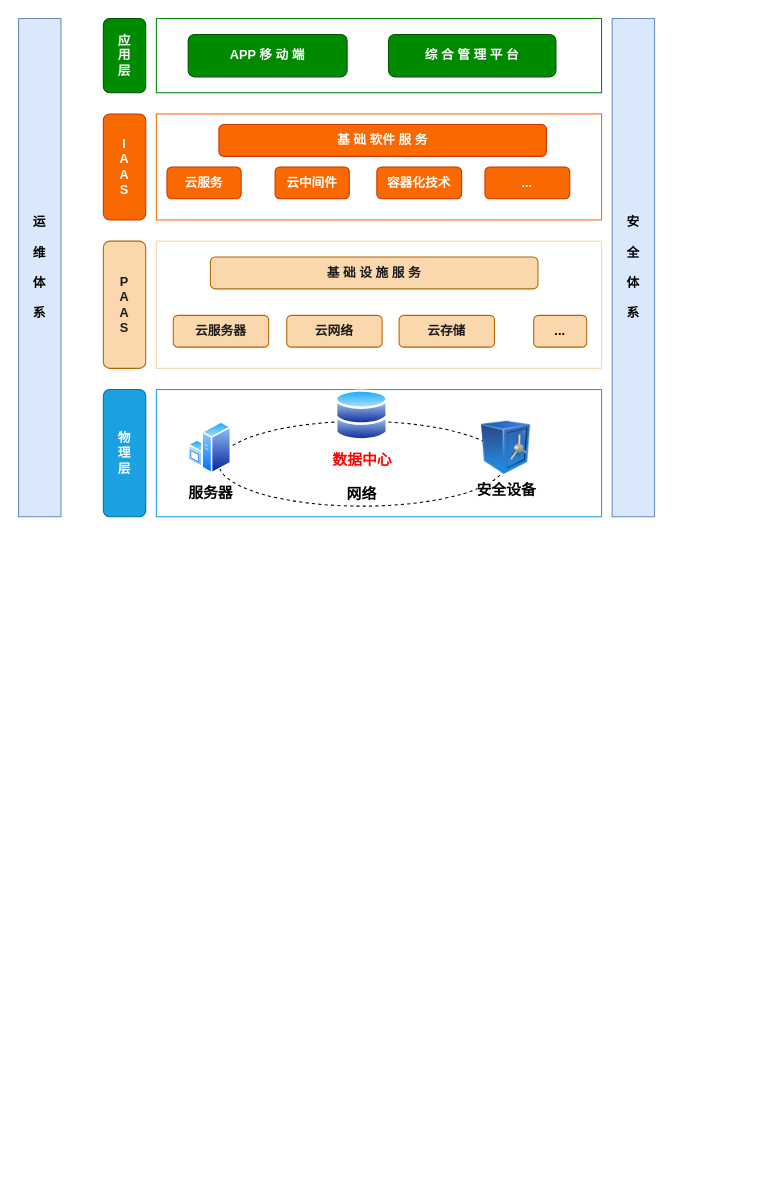
The draw.io diagram yun-chain.drawio in yiuked/diagram, before the edit. Source tidied: cells renumbered, new cells numbered last; positions are measured from the earlier drawing's top-left corner, leaving out a move shared by most shapes. Both pictures are drawn from the tidied source at 106%, with x=0, y=0 at pixel (18, 18).
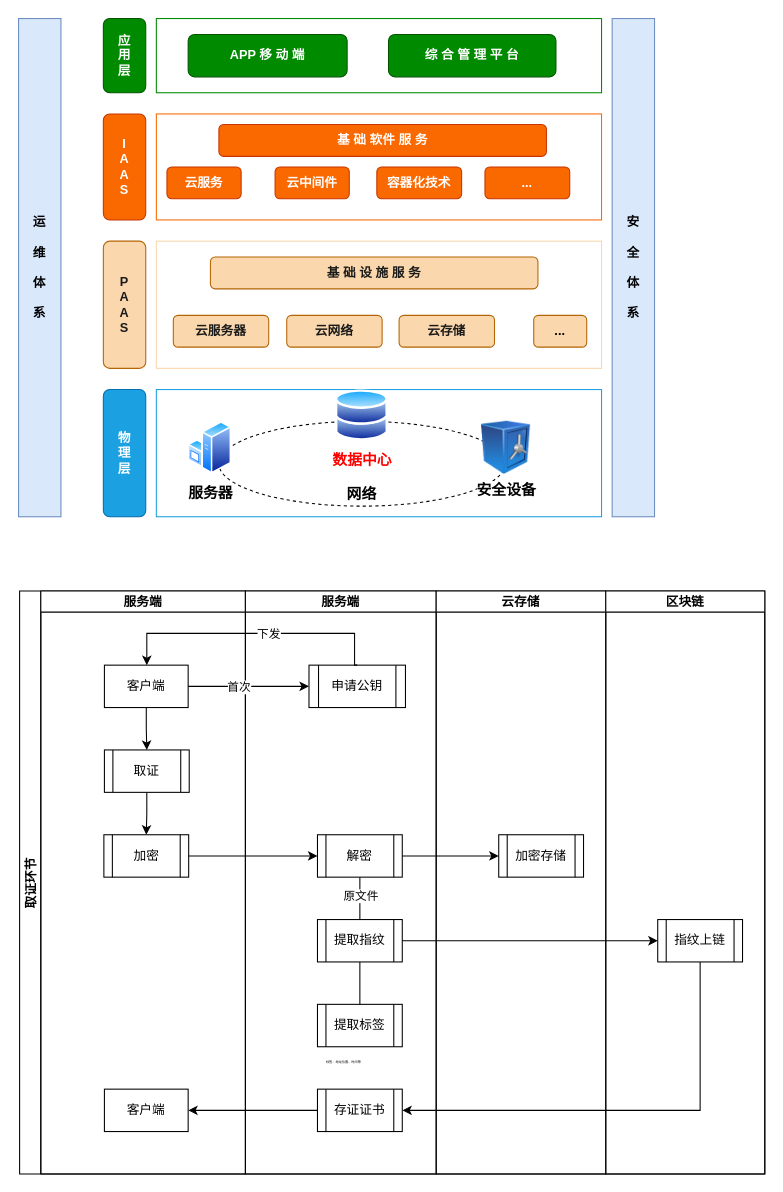
The same diagram, later.

Diff of the diagram source:
```diff
@@
+    <mxCell id="28" value="取证环节" style="swimlane;startSize=20;horizontal=0;" parent="1" vertex="1">
+      <mxGeometry x="1" y="540" width="703" height="550" as="geometry" />
+    </mxCell>
+    <mxCell id="29" value="服务端" style="swimlane;startSize=20;" parent="28" vertex="1">
+      <mxGeometry x="20" width="193" height="550" as="geometry" />
+    </mxCell>
+    <mxCell id="30" style="edgeStyle=orthogonalEdgeStyle;rounded=0;jettySize=auto;html=1;exitX=0.5;exitY=1;exitDx=0;exitDy=0;entryX=0.5;entryY=0;entryDx=0;entryDy=0;" parent="29" edge="1" source="31" target="33">
+      <mxGeometry relative="1" as="geometry" />
+    </mxCell>
+    <mxCell id="31" value="客户端" style="rounded=0;whiteSpace=wrap;html=1;" parent="29" vertex="1">
+      <mxGeometry x="60" y="70" width="79" height="40" as="geometry" />
+    </mxCell>
+    <mxCell id="32" style="edgeStyle=orthogonalEdgeStyle;rounded=0;jettySize=auto;html=1;exitX=0.5;exitY=1;exitDx=0;exitDy=0;" parent="29" edge="1" source="33" target="34">
+      <mxGeometry relative="1" as="geometry" />
+    </mxCell>
+    <mxCell id="33" value="取证" style="shape=process;whiteSpace=wrap;html=1;backgroundOutline=1;" parent="29" vertex="1">
+      <mxGeometry x="60" y="150" width="80" height="40" as="geometry" />
+    </mxCell>
+    <mxCell id="34" value="加密" style="shape=process;whiteSpace=wrap;html=1;backgroundOutline=1;" parent="29" vertex="1">
+      <mxGeometry x="59.5" y="230" width="80" height="40" as="geometry" />
+    </mxCell>
+    <mxCell id="35" value="客户端" style="rounded=0;whiteSpace=wrap;html=1;" parent="29" vertex="1">
+      <mxGeometry x="60" y="470" width="79" height="40" as="geometry" />
+    </mxCell>
+    <mxCell id="36" value="服务端" style="swimlane;startSize=20;" parent="28" vertex="1">
+      <mxGeometry x="213" width="180" height="550" as="geometry" />
+    </mxCell>
+    <mxCell id="37" value="申请公钥" style="shape=process;whiteSpace=wrap;html=1;backgroundOutline=1;" parent="36" vertex="1">
+      <mxGeometry x="60" y="70" width="91" height="40" as="geometry" />
+    </mxCell>
+    <mxCell id="38" style="edgeStyle=orthogonalEdgeStyle;rounded=0;jettySize=auto;html=1;exitX=0.5;exitY=1;exitDx=0;exitDy=0;entryX=0.5;entryY=0;entryDx=0;entryDy=0;endArrow=none;endFill=0;" parent="36" edge="1" source="40" target="42">
+      <mxGeometry relative="1" as="geometry" />
+    </mxCell>
+    <mxCell id="39" value="原文件" style="edgeLabel;html=1;align=center;verticalAlign=middle;" parent="38" vertex="1">
+      <mxGeometry x="-0.16" relative="1" as="geometry" />
+    </mxCell>
+    <mxCell id="40" value="解密" style="shape=process;whiteSpace=wrap;html=1;backgroundOutline=1;" parent="36" vertex="1">
+      <mxGeometry x="68" y="230" width="80" height="40" as="geometry" />
+    </mxCell>
+    <mxCell id="41" style="edgeStyle=orthogonalEdgeStyle;rounded=0;jettySize=auto;html=1;exitX=0.5;exitY=1;exitDx=0;exitDy=0;endArrow=none;endFill=0;" parent="36" edge="1" source="42" target="43">
+      <mxGeometry relative="1" as="geometry" />
+    </mxCell>
+    <mxCell id="42" value="提取指纹" style="shape=process;whiteSpace=wrap;html=1;backgroundOutline=1;" parent="36" vertex="1">
+      <mxGeometry x="68" y="310" width="80" height="40" as="geometry" />
+    </mxCell>
+    <mxCell id="43" value="提取标签" style="shape=process;whiteSpace=wrap;html=1;backgroundOutline=1;" parent="36" vertex="1">
+      <mxGeometry x="68" y="390" width="80" height="40" as="geometry" />
+    </mxCell>
+    <mxCell id="44" value="存证证书" style="shape=process;whiteSpace=wrap;html=1;backgroundOutline=1;" parent="36" vertex="1">
+      <mxGeometry x="68" y="470" width="80" height="40" as="geometry" />
+    </mxCell>
+    <mxCell id="45" value="标签：地址位置、时间等" style="text;html=1;strokeColor=none;fillColor=none;align=center;verticalAlign=middle;whiteSpace=wrap;rounded=0;fontSize=3;" parent="36" vertex="1">
+      <mxGeometry x="13" y="430" width="160" height="30" as="geometry" />
+    </mxCell>
+    <mxCell id="46" value="云存储" style="swimlane;startSize=20;" parent="28" vertex="1">
+      <mxGeometry x="393" width="160" height="550" as="geometry" />
+    </mxCell>
+    <mxCell id="47" value="加密存储" style="shape=process;whiteSpace=wrap;html=1;backgroundOutline=1;" parent="46" vertex="1">
+      <mxGeometry x="59" y="230" width="80" height="40" as="geometry" />
+    </mxCell>
+    <mxCell id="48" value="区块链" style="swimlane;startSize=20;" parent="28" vertex="1">
+      <mxGeometry x="553" width="150" height="550" as="geometry" />
+    </mxCell>
+    <mxCell id="49" value="指纹上链" style="shape=process;whiteSpace=wrap;html=1;backgroundOutline=1;" parent="48" vertex="1">
+      <mxGeometry x="49" y="310" width="80" height="40" as="geometry" />
+    </mxCell>
+    <mxCell id="50" style="edgeStyle=orthogonalEdgeStyle;rounded=0;jettySize=auto;html=1;exitX=1;exitY=0.5;exitDx=0;exitDy=0;" parent="28" edge="1" source="31" target="37">
+      <mxGeometry relative="1" as="geometry" />
+    </mxCell>
+    <mxCell id="51" value="首次" style="edgeLabel;html=1;align=center;verticalAlign=middle;" parent="50" vertex="1">
+      <mxGeometry x="-0.17" relative="1" as="geometry" />
+    </mxCell>
+    <mxCell id="52" style="edgeStyle=orthogonalEdgeStyle;rounded=0;jettySize=auto;html=1;exitX=0.5;exitY=0;exitDx=0;exitDy=0;" parent="28" edge="1" source="37">
+      <mxGeometry relative="1" as="geometry">
+        <mxPoint x="120" y="70" as="targetPoint" />
+        <Array as="points">
+          <mxPoint x="316" y="40" />
+          <mxPoint x="120" y="40" />
+        </Array>
+      </mxGeometry>
+    </mxCell>
+    <mxCell id="53" value="下发" style="edgeLabel;html=1;align=center;verticalAlign=middle;" parent="52" vertex="1">
+      <mxGeometry x="-0.12" relative="1" as="geometry" />
+    </mxCell>
+    <mxCell id="54" style="edgeStyle=orthogonalEdgeStyle;rounded=0;jettySize=auto;html=1;exitX=1;exitY=0.5;exitDx=0;exitDy=0;entryX=0;entryY=0.5;entryDx=0;entryDy=0;" parent="28" edge="1" source="34" target="40">
+      <mxGeometry relative="1" as="geometry" />
+    </mxCell>
+    <mxCell id="55" style="edgeStyle=orthogonalEdgeStyle;rounded=0;jettySize=auto;html=1;exitX=1;exitY=0.5;exitDx=0;exitDy=0;" parent="28" edge="1" source="40" target="47">
+      <mxGeometry relative="1" as="geometry" />
+    </mxCell>
+    <mxCell id="56" style="edgeStyle=orthogonalEdgeStyle;rounded=0;jettySize=auto;html=1;exitX=1;exitY=0.5;exitDx=0;exitDy=0;" parent="28" edge="1" source="42" target="49">
+      <mxGeometry relative="1" as="geometry" />
+    </mxCell>
+    <mxCell id="57" style="edgeStyle=orthogonalEdgeStyle;rounded=0;jettySize=auto;html=1;exitX=0.5;exitY=1;exitDx=0;exitDy=0;entryX=1;entryY=0.5;entryDx=0;entryDy=0;" parent="28" edge="1" source="49" target="44">
+      <mxGeometry relative="1" as="geometry" />
+    </mxCell>
+    <mxCell id="58" style="edgeStyle=orthogonalEdgeStyle;rounded=0;jettySize=auto;html=1;exitX=0;exitY=0.5;exitDx=0;exitDy=0;" parent="28" edge="1" source="44" target="35">
+      <mxGeometry relative="1" as="geometry" />
+    </mxCell>
```
